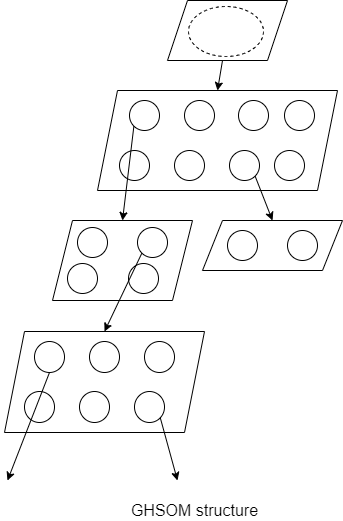
The draw.io diagram image/ghsom.png in lina2360/HiSeqGan, before a commit. Source tidied: cells renumbered, new cells last; positions are measured from the earlier drawing's top-left corner, leaving out a move shared by most shapes.
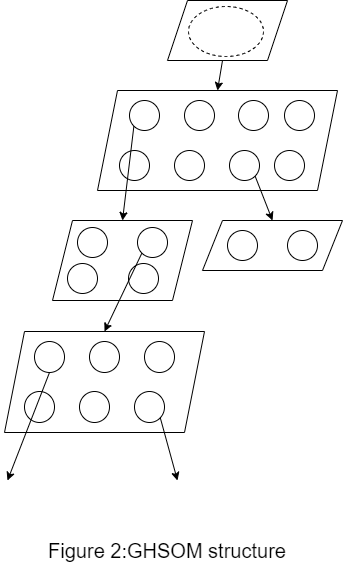
Later version of the same file.

The edit, as a diff of the source:
```diff
@@ -89,9 +89,6 @@
     <mxCell id="28" style="ellipse;whiteSpace=wrap;html=1;dashed=1;" parent="1" vertex="1">
       <mxGeometry x="184" y="6" width="75" height="50" as="geometry" />
     </mxCell>
-    <mxCell id="29" value="&lt;font style=&quot;font-size: 16px&quot;&gt;GHSOM structure&lt;/font&gt;" style="text;html=1;strokeColor=none;fillColor=none;align=center;verticalAlign=middle;whiteSpace=wrap;rounded=0;dashed=1;" parent="1" vertex="1">
-      <mxGeometry x="113" y="500" width="155" height="20" as="geometry" />
-    </mxCell>
     <mxCell id="30" style="shape=parallelogram;perimeter=parallelogramPerimeter;whiteSpace=wrap;html=1;fixedSize=1;" parent="1" vertex="1">
       <mxGeometry x="198" y="220" width="140" height="50" as="geometry" />
     </mxCell>
@@ -116,5 +113,8 @@
     <mxCell id="36" style="endArrow=classic;html=1;entryX=0.5;entryY=0;entryDx=0;entryDy=0;exitX=0;exitY=1;exitDx=0;exitDy=0;" parent="1" edge="1" source="6" target="4">
       <mxGeometry relative="1" as="geometry" />
     </mxCell>
+    <mxCell id="37" value="&lt;font style=&quot;font-size: 20px&quot;&gt;Figure 2:GHSOM structure&lt;/font&gt;" style="text;html=1;strokeColor=none;fillColor=none;align=center;verticalAlign=middle;whiteSpace=wrap;rounded=0;" parent="1" vertex="1">
+      <mxGeometry x="16" y="540" width="294" height="20" as="geometry" />
+    </mxCell>
   </root>
 </mxGraphModel>
```
